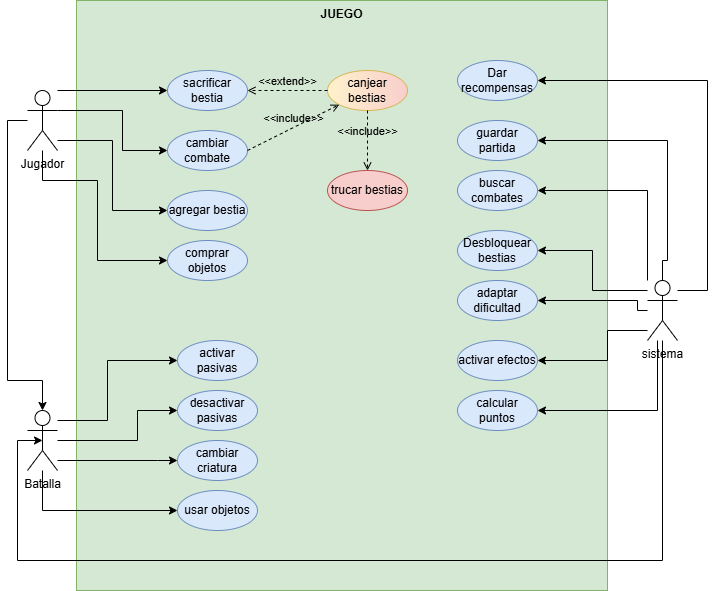
gian700/Beastdeck keeps this draw.io diagram as Imagenes/casos de uso.png. Above is the earlier version. Source tidied: cells renumbered, new cells last; positions are measured from the earlier drawing's top-left corner, leaving out a move shared by most shapes.
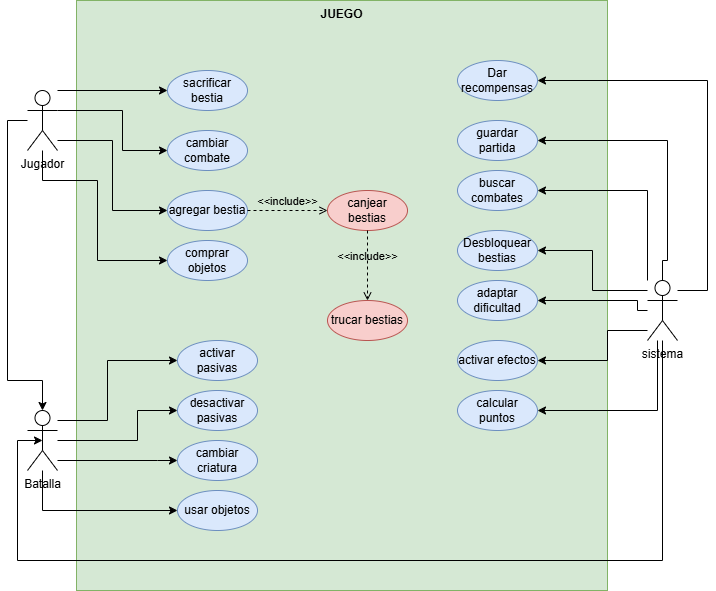
The same diagram one commit later.

Change to the diagram source:
```diff
@@ -83,8 +83,8 @@
     <mxCell id="15" value="activar pasivas" style="ellipse;whiteSpace=wrap;html=1;fillColor=#dae8fc;strokeColor=#6c8ebf;" parent="1" vertex="1">
       <mxGeometry x="170" y="340" width="80" height="40" as="geometry" />
     </mxCell>
-    <mxCell id="16" value="canjear bestias" style="ellipse;whiteSpace=wrap;html=1;fillColor=#fff2cc;strokeColor=#d6b656;gradientDirection=east;gradientColor=#F8CECC;" parent="1" vertex="1">
-      <mxGeometry x="320" y="70" width="80" height="40" as="geometry" />
+    <mxCell id="16" value="canjear bestias" style="ellipse;whiteSpace=wrap;html=1;fillColor=#f8cecc;strokeColor=#b85450;gradientDirection=east;" parent="1" vertex="1">
+      <mxGeometry x="320" y="190" width="80" height="40" as="geometry" />
     </mxCell>
     <mxCell id="17" value="desactivar pasivas" style="ellipse;whiteSpace=wrap;html=1;fillColor=#dae8fc;strokeColor=#6c8ebf;" parent="1" vertex="1">
       <mxGeometry x="170" y="390" width="80" height="40" as="geometry" />
@@ -199,15 +199,12 @@
       <mxGeometry x="450" y="120" width="80" height="40" as="geometry" />
     </mxCell>
     <mxCell id="39" value="trucar bestias" style="ellipse;whiteSpace=wrap;html=1;fillColor=#f8cecc;strokeColor=#b85450;" parent="1" vertex="1">
-      <mxGeometry x="320" y="170" width="80" height="40" as="geometry" />
+      <mxGeometry x="320" y="300" width="80" height="40" as="geometry" />
     </mxCell>
     <mxCell id="40" value="Dar recompensas" style="ellipse;whiteSpace=wrap;html=1;fillColor=#dae8fc;strokeColor=#6c8ebf;" parent="1" vertex="1">
       <mxGeometry x="450" y="60" width="80" height="40" as="geometry" />
     </mxCell>
-    <mxCell id="41" value="&amp;lt;&amp;lt;extend&amp;gt;&amp;gt;" style="html=1;verticalAlign=bottom;labelBackgroundColor=none;endArrow=open;endFill=0;dashed=1;rounded=0;exitX=0;exitY=0.5;exitDx=0;exitDy=0;entryX=1;entryY=0.5;entryDx=0;entryDy=0;" parent="1" edge="1" source="16" target="8">
-      <mxGeometry relative="1" as="geometry" />
-    </mxCell>
-    <mxCell id="42" value="&amp;lt;&amp;lt;include&amp;gt;&amp;gt;" style="html=1;verticalAlign=bottom;labelBackgroundColor=none;endArrow=open;endFill=0;dashed=1;rounded=0;exitX=1;exitY=0.5;exitDx=0;exitDy=0;entryX=0;entryY=1;entryDx=0;entryDy=0;" parent="1" edge="1" source="9" target="16">
+    <mxCell id="42" value="&amp;lt;&amp;lt;include&amp;gt;&amp;gt;" style="html=1;verticalAlign=bottom;labelBackgroundColor=none;endArrow=open;endFill=0;dashed=1;rounded=0;exitX=1;exitY=0.5;exitDx=0;exitDy=0;entryX=0;entryY=0.5;entryDx=0;entryDy=0;" parent="1" edge="1" source="34" target="16">
       <mxGeometry relative="1" as="geometry" />
     </mxCell>
   </root>
```
